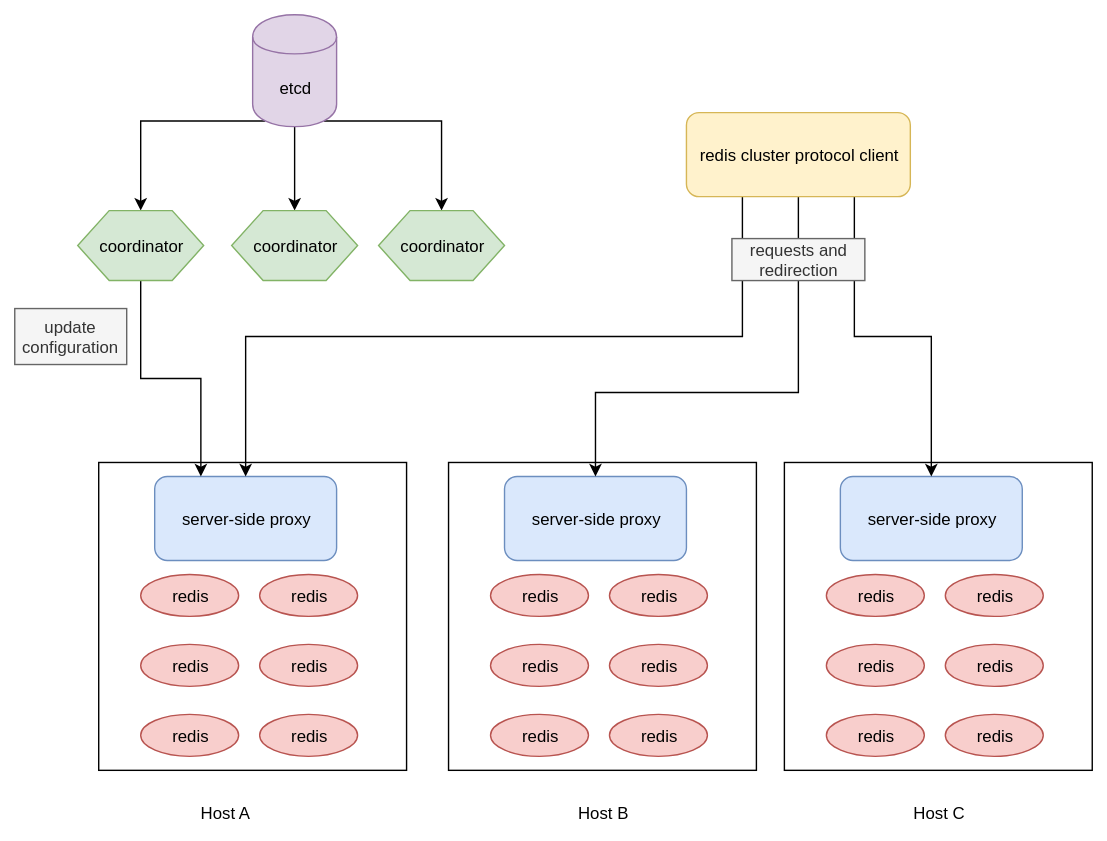
Before: docs/architecture.svg, a diagram exported from draw.io (doyoubi/undermoon). Source tidied: cells renumbered, new cells last; positions are measured from the earlier drawing's top-left corner, leaving out a move shared by most shapes.
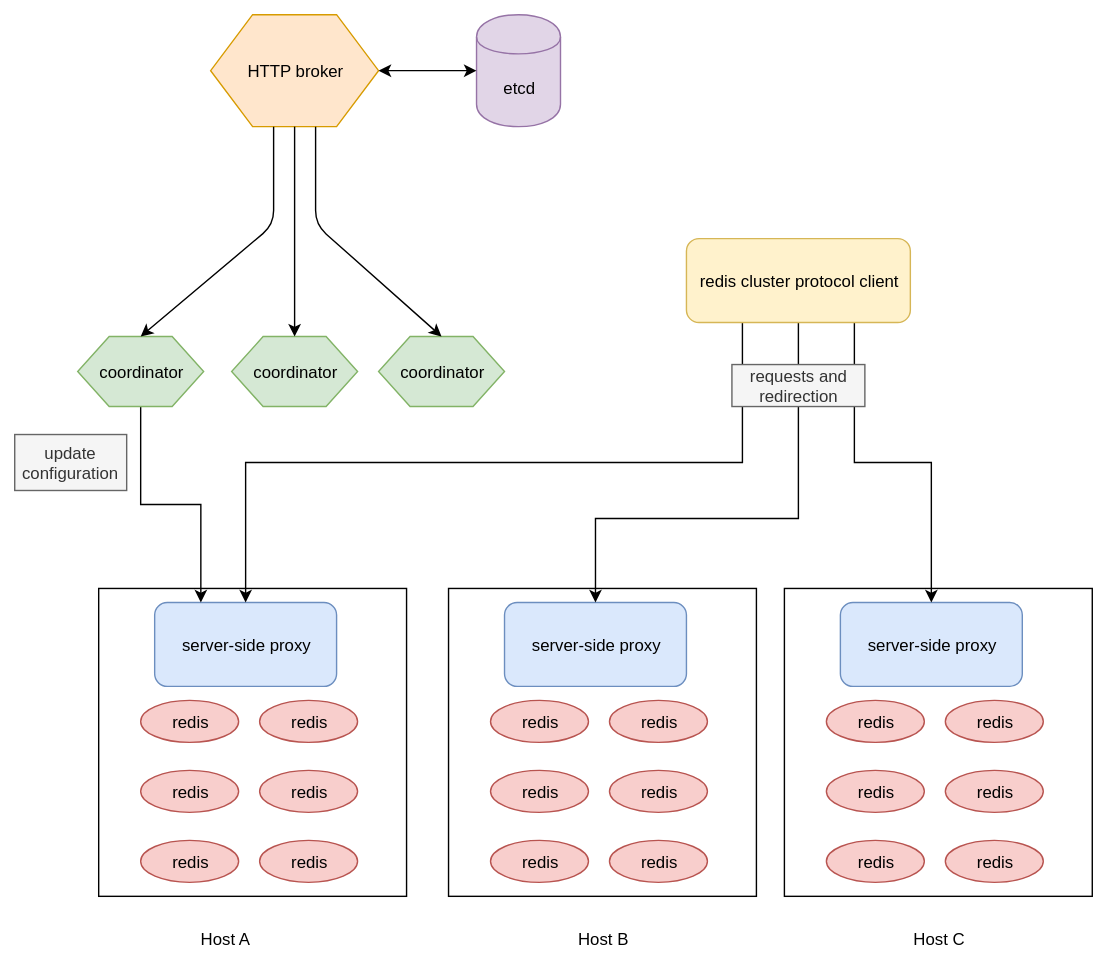
The same diagram one commit later.

Commit message:
Add docs on Redis Cluster

What changed in the source:
```diff
@@ -1,4 +1,4 @@
-<mxGraphModel background="#ffffff">
+<mxGraphModel background="#FFFFFF">
   <root>
     <mxCell id="0" />
     <mxCell id="1" parent="0" />
@@ -91,17 +91,8 @@
     <mxCell id="29" value="redis cluster protocol client" style="rounded=1;whiteSpace=wrap;html=1;fillColor=#fff2cc;strokeColor=#d6b656;" parent="1" vertex="1">
       <mxGeometry x="480" y="70" width="160" height="60" as="geometry" />
     </mxCell>
-    <mxCell id="30" style="edgeStyle=orthogonalEdgeStyle;rounded=0;html=1;exitX=0.15;exitY=0.95;exitPerimeter=0;entryX=0.5;entryY=0;jettySize=auto;" parent="1" edge="1" source="33" target="35">
-      <mxGeometry relative="1" as="geometry" />
-    </mxCell>
-    <mxCell id="31" style="edgeStyle=orthogonalEdgeStyle;rounded=0;html=1;exitX=0.5;exitY=1;entryX=0.5;entryY=0;jettySize=auto;" parent="1" edge="1" source="33" target="36">
-      <mxGeometry relative="1" as="geometry" />
-    </mxCell>
-    <mxCell id="32" style="edgeStyle=orthogonalEdgeStyle;rounded=0;html=1;exitX=0.85;exitY=0.95;exitPerimeter=0;entryX=0.5;entryY=0;jettySize=auto;" parent="1" edge="1" source="33" target="37">
-      <mxGeometry relative="1" as="geometry" />
-    </mxCell>
     <mxCell id="33" value="etcd" style="shape=cylinder;whiteSpace=wrap;html=1;boundedLbl=1;backgroundOutline=1;fillColor=#e1d5e7;strokeColor=#9673a6;" parent="1" vertex="1">
-      <mxGeometry x="170" width="60" height="80" as="geometry" />
+      <mxGeometry x="330" y="-90" width="60" height="80" as="geometry" />
     </mxCell>
     <mxCell id="34" style="edgeStyle=orthogonalEdgeStyle;rounded=0;html=1;exitX=0.5;exitY=1;entryX=0.25;entryY=0;jettySize=auto;" parent="1" edge="1" source="35" target="9">
       <mxGeometry relative="1" as="geometry" />
@@ -130,5 +121,28 @@
     <mxCell id="42" value="Host C" style="text;html=1;strokeColor=none;fillColor=none;align=center;verticalAlign=middle;whiteSpace=wrap;rounded=0;" parent="1" vertex="1">
       <mxGeometry x="640" y="560" width="40" height="20" as="geometry" />
     </mxCell>
+    <mxCell id="43" value="HTTP broker" style="shape=hexagon;perimeter=hexagonPerimeter2;whiteSpace=wrap;html=1;fillColor=#ffe6cc;strokeColor=#d79b00;" parent="1" vertex="1">
+      <mxGeometry x="140" y="-90" width="120" height="80" as="geometry" />
+    </mxCell>
+    <mxCell id="44" style="endArrow=classic;html=1;exitX=0.625;exitY=1;exitDx=0;exitDy=0;entryX=0.5;entryY=0;entryDx=0;entryDy=0;" parent="1" edge="1" source="43" target="37">
+      <mxGeometry relative="1" as="geometry">
+        <Array as="points">
+          <mxPoint x="215" y="60" />
+        </Array>
+      </mxGeometry>
+    </mxCell>
+    <mxCell id="45" style="endArrow=classic;html=1;exitX=0.5;exitY=1;exitDx=0;exitDy=0;entryX=0.5;entryY=0;entryDx=0;entryDy=0;" parent="1" edge="1" source="43" target="36">
+      <mxGeometry relative="1" as="geometry" />
+    </mxCell>
+    <mxCell id="46" style="endArrow=classic;html=1;exitX=0.375;exitY=1;exitDx=0;exitDy=0;entryX=0.5;entryY=0;entryDx=0;entryDy=0;" parent="1" edge="1" source="43" target="35">
+      <mxGeometry relative="1" as="geometry">
+        <Array as="points">
+          <mxPoint x="185" y="60" />
+        </Array>
+      </mxGeometry>
+    </mxCell>
+    <mxCell id="47" style="endArrow=classic;startArrow=classic;html=1;exitX=1;exitY=0.5;exitDx=0;exitDy=0;" parent="1" edge="1" source="43" target="33">
+      <mxGeometry relative="1" as="geometry" />
+    </mxCell>
   </root>
 </mxGraphModel>
```
